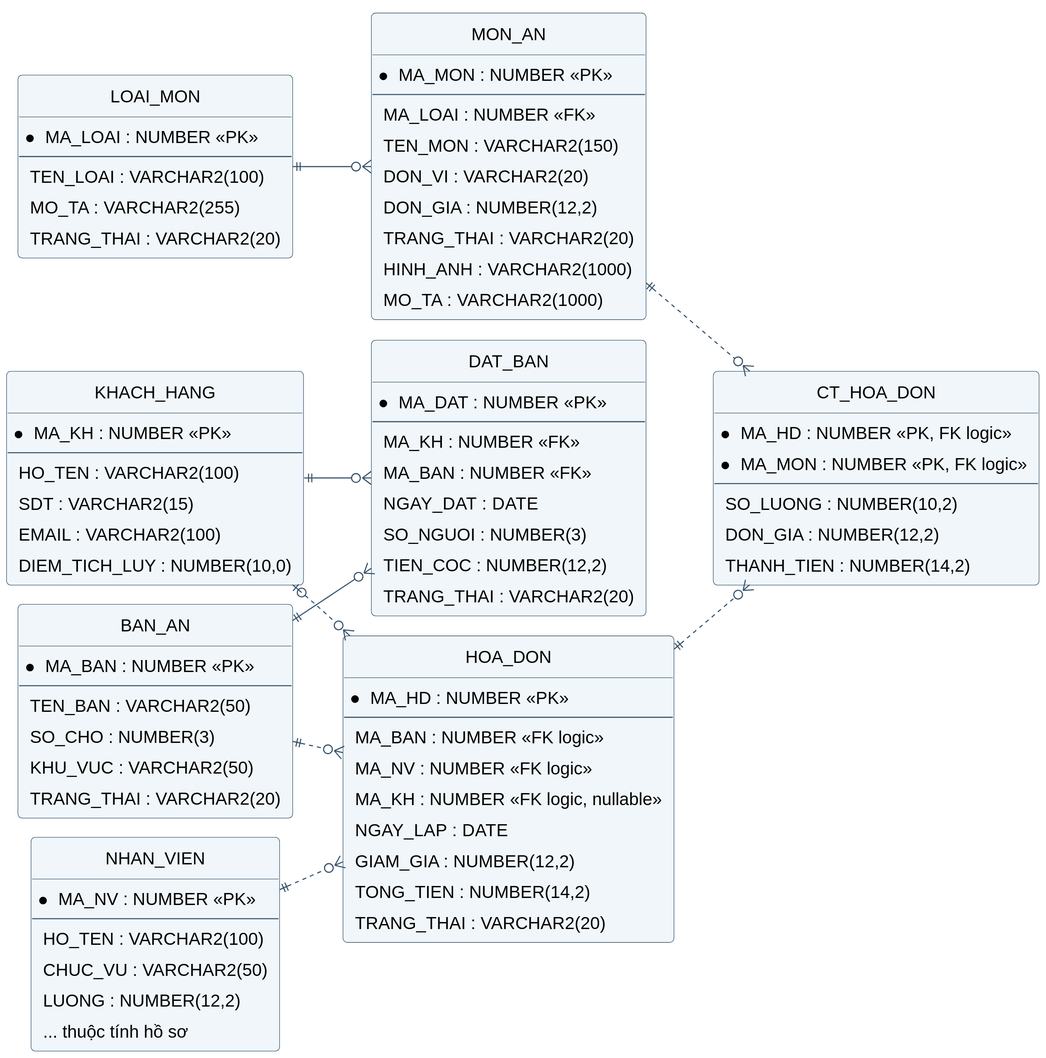
The PlantUML diagram BaoCao_PTTKHDoiTuong/so_do/13_erd_ban_hang.svg in hoangbelike2004/QuanLyNHHS, before a commit.
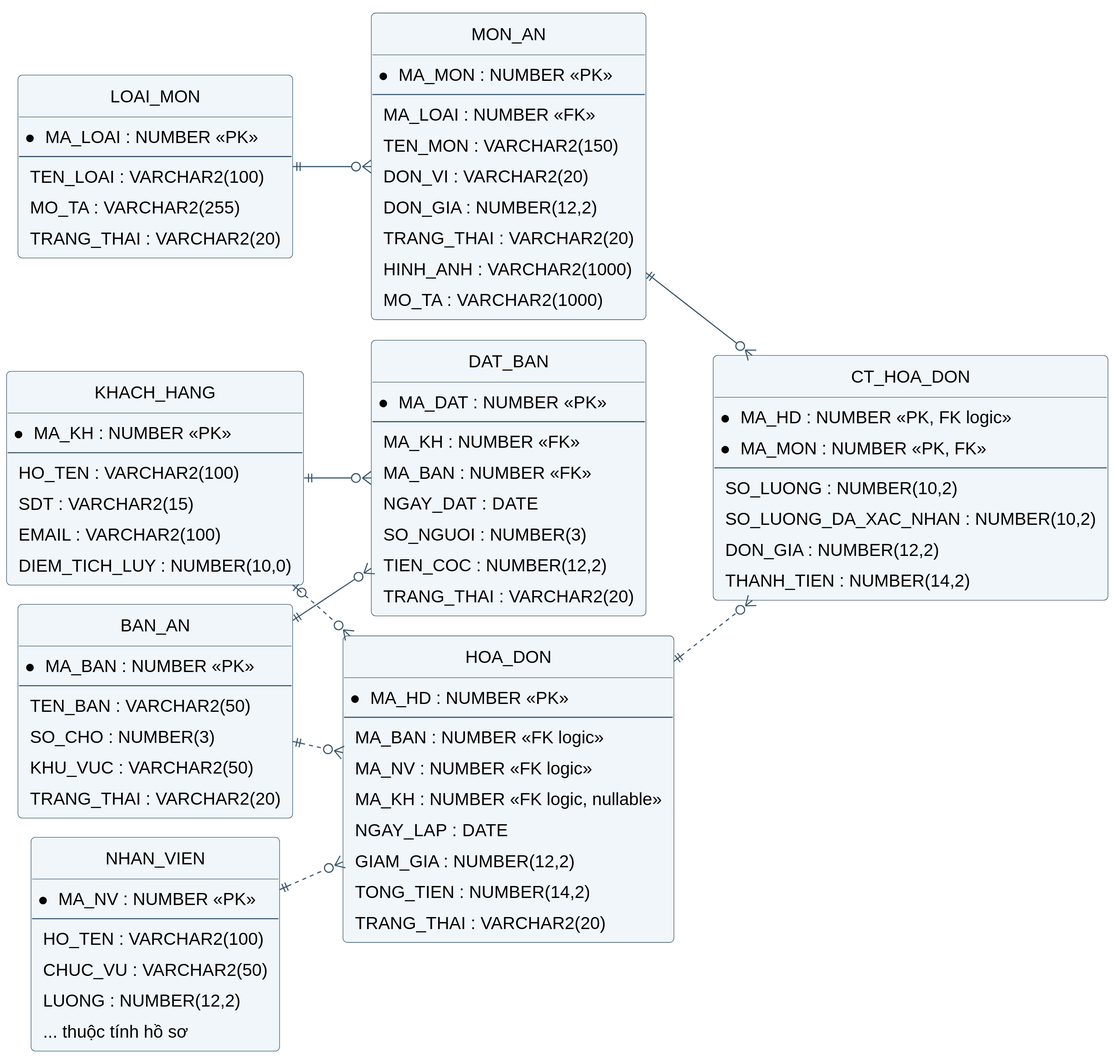
After the commit.

What changed in the source:
```diff
@@ -57,9 +57,10 @@
 }
 entity CT_HOA_DON {
  * MA_HD : NUMBER <<PK, FK logic>>
- * MA_MON : NUMBER <<PK, FK logic>>
+ * MA_MON : NUMBER <<PK, FK>>
  --
  SO_LUONG : NUMBER(10,2)
+ SO_LUONG_DA_XAC_NHAN : NUMBER(10,2)
  DON_GIA : NUMBER(12,2)
  THANH_TIEN : NUMBER(14,2)
 }
@@ -95,6 +96,6 @@
 BAN_AN ||..o{ HOA_DON
 NHAN_VIEN ||..o{ HOA_DON
 HOA_DON ||..o{ CT_HOA_DON
-MON_AN ||..o{ CT_HOA_DON
+MON_AN ||--o{ CT_HOA_DON
 LOAI_MON ||--o{ MON_AN
 @enduml
```
